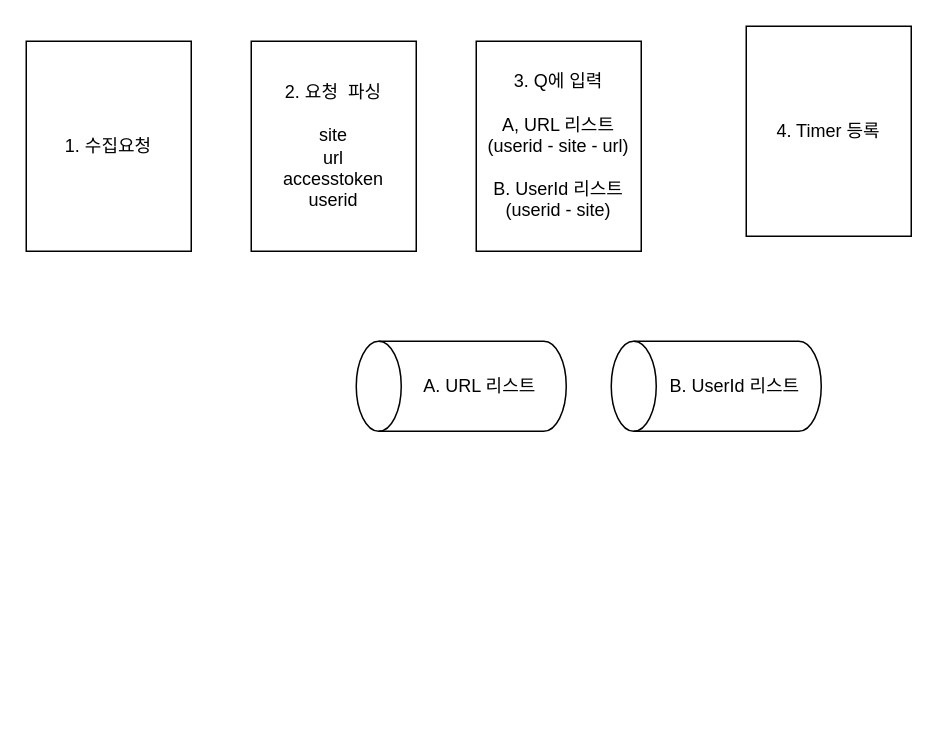
This is crawlapi_process.drawio from hwan2v/archive, a draw.io file, before an edit. Source tidied: cells renumbered, new cells numbered last; positions are measured from the earlier drawing's top-left corner, leaving out a move shared by most shapes. Both pictures are drawn from the tidied source at 150%, with x=0, y=0 at pixel (26, 26).
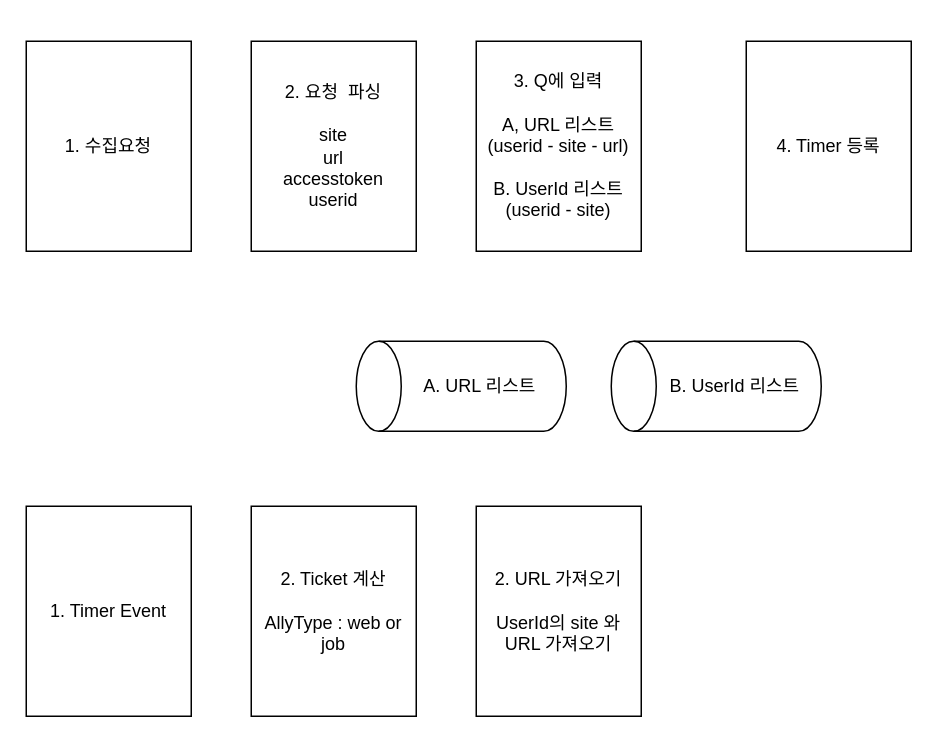
After the change.

What changed in the source:
```diff
@@
 <mxGraphModel>
   <root>
     <mxCell id="0" />
     <mxCell id="1" parent="0" />
     <mxCell id="2" value="1. 수집요청" style="rounded=0;whiteSpace=wrap;html=1;" parent="1" vertex="1">
       <mxGeometry y="10" width="110" height="140" as="geometry" />
     </mxCell>
     <mxCell id="3" value="2. 요청&amp;nbsp; 파싱&lt;br&gt;&lt;br&gt;site&lt;br&gt;url&lt;br&gt;accesstoken&lt;br&gt;userid" style="rounded=0;whiteSpace=wrap;html=1;" parent="1" vertex="1">
       <mxGeometry x="150" y="10" width="110" height="140" as="geometry" />
     </mxCell>
     <mxCell id="4" value="3. Q에 입력&lt;br&gt;&lt;br&gt;A, URL 리스트&lt;br&gt;(userid - site - url)&lt;br&gt;&lt;br&gt;B. UserId 리스트&lt;br&gt;(userid - site)" style="rounded=0;whiteSpace=wrap;html=1;" parent="1" vertex="1">
       <mxGeometry x="300" y="10" width="110" height="140" as="geometry" />
     </mxCell>
     <mxCell id="5" value="4. Timer 등록" style="rounded=0;whiteSpace=wrap;html=1;" parent="1" vertex="1">
-      <mxGeometry x="480" width="110" height="140" as="geometry" />
+      <mxGeometry x="480" y="10" width="110" height="140" as="geometry" />
     </mxCell>
     <mxCell id="6" value="A. URL 리스트" style="shape=cylinder3;whiteSpace=wrap;html=1;boundedLbl=1;backgroundOutline=1;size=15;direction=north;" parent="1" vertex="1">
       <mxGeometry x="220" y="210" width="140" height="60" as="geometry" />
     </mxCell>
     <mxCell id="7" value="B. UserId 리스트" style="shape=cylinder3;whiteSpace=wrap;html=1;boundedLbl=1;backgroundOutline=1;size=15;direction=north;" parent="1" vertex="1">
       <mxGeometry x="390" y="210" width="140" height="60" as="geometry" />
     </mxCell>
+    <mxCell id="8" value="1. Timer Event" style="rounded=0;whiteSpace=wrap;html=1;" parent="1" vertex="1">
+      <mxGeometry y="320" width="110" height="140" as="geometry" />
+    </mxCell>
+    <mxCell id="9" value="2. Ticket 계산&lt;br&gt;&lt;br&gt;AllyType : web or job" style="rounded=0;whiteSpace=wrap;html=1;" parent="1" vertex="1">
+      <mxGeometry x="150" y="320" width="110" height="140" as="geometry" />
+    </mxCell>
+    <mxCell id="10" value="2. URL 가져오기&lt;br&gt;&lt;br&gt;UserId의 site 와 URL 가져오기" style="rounded=0;whiteSpace=wrap;html=1;" parent="1" vertex="1">
+      <mxGeometry x="300" y="320" width="110" height="140" as="geometry" />
+    </mxCell>
   </root>
 </mxGraphModel>
```
